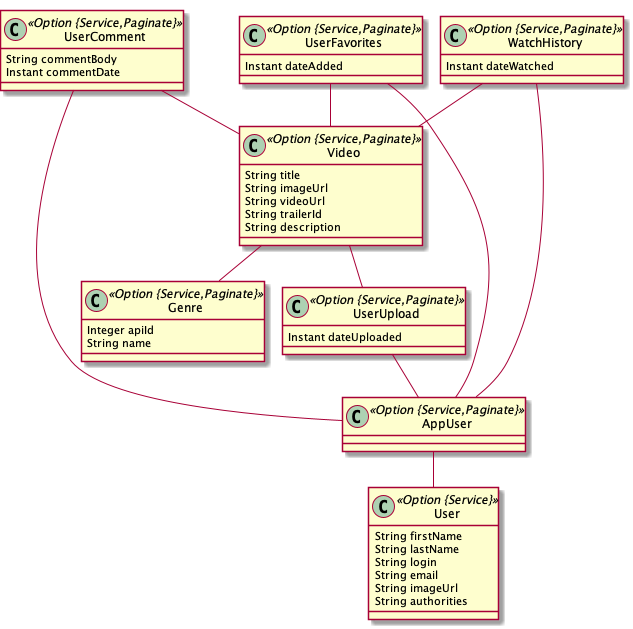
Before: vid-entities.png, a diagram exported from PlantUML (CAMP-team/FullStack-Campr).
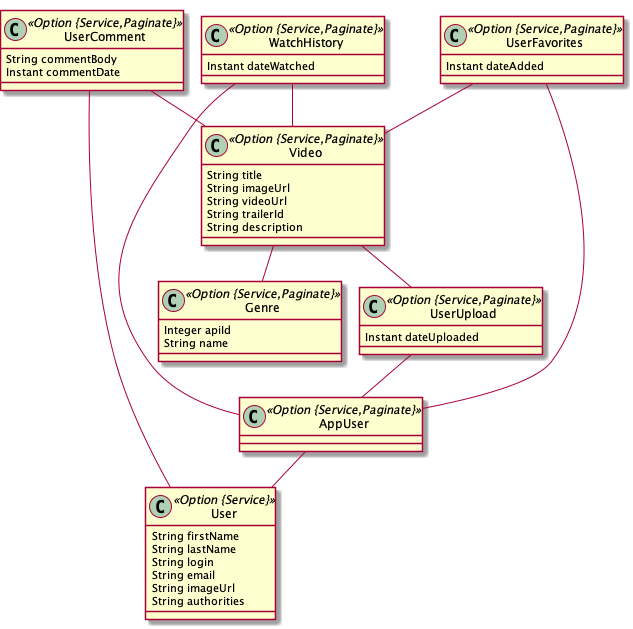
The same file after the commit.

The edit, as a diff of the source:
```diff
@@ -31,7 +31,7 @@
 	UserUpload  "0..1 " -- "0..1 "  AppUser
 	WatchHistory  "0..1 " -- "0..1 "  AppUser
 	UserFavorites  "0..1 " -- "0..1 "  AppUser
-	UserComment  "0..* " o-- "0..1 "  AppUser
+	UserComment  "user(login) 0..* " o-- "0..1 "  User
 	UserComment  "0..* " o-- "0..1 "  Video
 	Video  "0..* " o-- "0..1 "  UserUpload
 	Video  "genre(name) 0..* " o--o "video 0..* "  Genre
```
